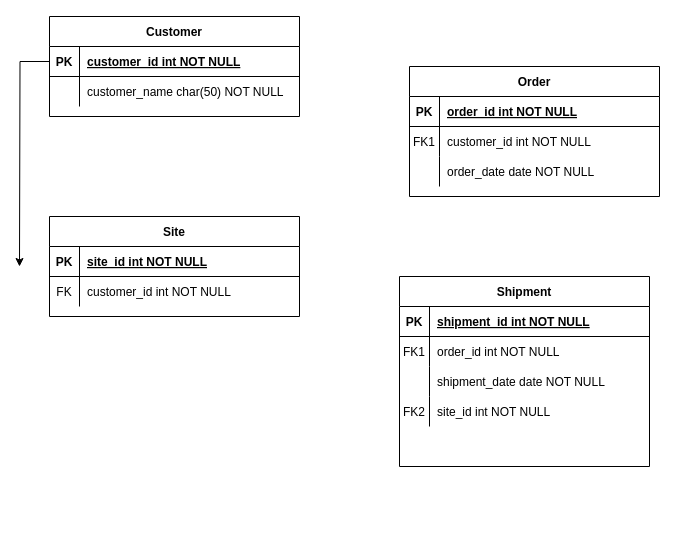
Earlier version of the draw.io diagram pg-model.drawio (JCKalt/pg4). Source tidied: cells renumbered, new cells numbered last; positions are measured from the earlier drawing's top-left corner, leaving out a move shared by most shapes. Both pictures are drawn from the tidied source at 100%, with x=0, y=0 at pixel (19, 16).
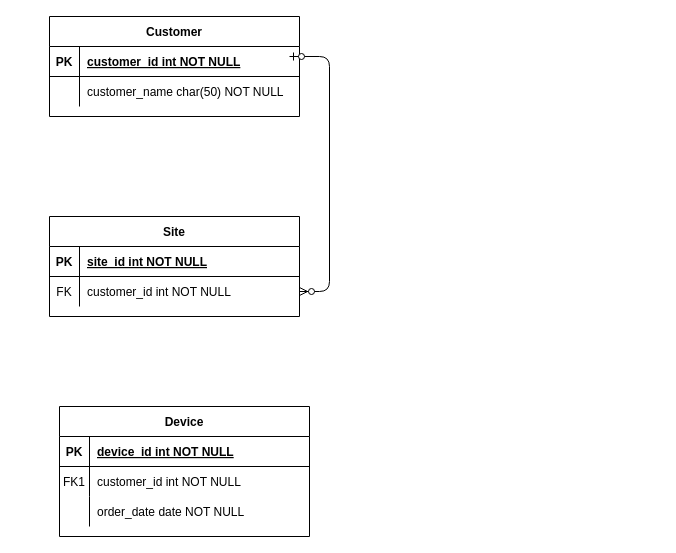
The same page after the edit.

Commit message:
added customer site relatiion

Unchanged cells that the change refers to:
```xml
<mxCell id="26" style="shape=partialRectangle;fillColor=none;points=[[0,0.5],[1,0.5]];portConstraint=eastwest;top=0;left=0;right=0;bottom=1;" parent="25" vertex="1">
  <mxGeometry y="30" width="250" height="30" as="geometry" />
</mxCell>
<mxCell id="36" style="shape=partialRectangle;fillColor=none;points=[[0,0.5],[1,0.5]];portConstraint=eastwest;top=0;left=0;right=0;bottom=0;" parent="32" vertex="1">
  <mxGeometry y="60" width="250" height="30" as="geometry" />
</mxCell>
```

What changed in the source:
```diff
@@
-    <mxCell id="2" value="Order" style="shape=table;startSize=30;childLayout=tableLayout;rowLines=0;fontStyle=1;align=center;" parent="1" vertex="1">
-      <mxGeometry x="390" y="50" width="250" height="130" as="geometry" />
-    </mxCell>
-    <mxCell id="3" style="shape=partialRectangle;fillColor=none;top=0;left=0;right=0;bottom=1;" parent="2" vertex="1">
-      <mxGeometry y="30" width="250" height="30" as="geometry" />
-    </mxCell>
-    <mxCell id="4" value="PK" style="shape=partialRectangle;overflow=hidden;fillColor=none;top=0;left=0;bottom=0;right=0;fontStyle=1;" parent="3" vertex="1">
-      <mxGeometry width="30" height="30" as="geometry" />
-    </mxCell>
-    <mxCell id="5" value="order_id int NOT NULL " style="shape=partialRectangle;overflow=hidden;fillColor=none;top=0;left=0;bottom=0;right=0;align=left;spacingLeft=6;fontStyle=5;" parent="3" vertex="1">
-      <mxGeometry x="30" width="220" height="30" as="geometry" />
-    </mxCell>
-    <mxCell id="6" style="shape=partialRectangle;fillColor=none;top=0;left=0;right=0;bottom=0;" parent="2" vertex="1">
-      <mxGeometry y="60" width="250" height="30" as="geometry" />
-    </mxCell>
-    <mxCell id="7" value="FK1" style="shape=partialRectangle;overflow=hidden;fillColor=none;top=0;left=0;bottom=0;right=0;" parent="6" vertex="1">
-      <mxGeometry width="30" height="30" as="geometry" />
-    </mxCell>
-    <mxCell id="8" value="customer_id int NOT NULL" style="shape=partialRectangle;overflow=hidden;fillColor=none;top=0;left=0;bottom=0;right=0;align=left;spacingLeft=6;" parent="6" vertex="1">
-      <mxGeometry x="30" width="220" height="30" as="geometry" />
-    </mxCell>
-    <mxCell id="9" style="shape=partialRectangle;fillColor=none;top=0;left=0;right=0;bottom=0;" parent="2" vertex="1">
-      <mxGeometry y="90" width="250" height="30" as="geometry" />
-    </mxCell>
-    <mxCell id="10" style="shape=partialRectangle;overflow=hidden;fillColor=none;top=0;left=0;bottom=0;right=0;" parent="9" vertex="1">
-      <mxGeometry width="30" height="30" as="geometry" />
-    </mxCell>
-    <mxCell id="11" value="order_date date NOT NULL" style="shape=partialRectangle;overflow=hidden;fillColor=none;top=0;left=0;bottom=0;right=0;align=left;spacingLeft=6;" parent="9" vertex="1">
-      <mxGeometry x="30" width="220" height="30" as="geometry" />
-    </mxCell>
-    <mxCell id="12" value="Shipment" style="shape=table;startSize=30;childLayout=tableLayout;rowLines=0;fontStyle=1;align=center;" parent="1" vertex="1">
-      <mxGeometry x="380" y="260" width="250" height="190" as="geometry" />
-    </mxCell>
-    <mxCell id="13" style="shape=partialRectangle;fillColor=none;top=0;left=0;right=0;bottom=1;" parent="12" vertex="1">
-      <mxGeometry y="30" width="250" height="30" as="geometry" />
-    </mxCell>
-    <mxCell id="14" value="PK" style="shape=partialRectangle;overflow=hidden;fillColor=none;top=0;left=0;bottom=0;right=0;fontStyle=1;" parent="13" vertex="1">
-      <mxGeometry width="30" height="30" as="geometry" />
-    </mxCell>
-    <mxCell id="15" value="shipment_id int NOT NULL " style="shape=partialRectangle;overflow=hidden;fillColor=none;top=0;left=0;bottom=0;right=0;align=left;spacingLeft=6;fontStyle=5;" parent="13" vertex="1">
-      <mxGeometry x="30" width="220" height="30" as="geometry" />
-    </mxCell>
-    <mxCell id="16" style="shape=partialRectangle;fillColor=none;top=0;left=0;right=0;bottom=0;" parent="12" vertex="1">
-      <mxGeometry y="60" width="250" height="30" as="geometry" />
-    </mxCell>
-    <mxCell id="17" value="FK1" style="shape=partialRectangle;overflow=hidden;fillColor=none;top=0;left=0;bottom=0;right=0;" parent="16" vertex="1">
-      <mxGeometry width="30" height="30" as="geometry" />
-    </mxCell>
-    <mxCell id="18" value="order_id int NOT NULL" style="shape=partialRectangle;overflow=hidden;fillColor=none;top=0;left=0;bottom=0;right=0;align=left;spacingLeft=6;" parent="16" vertex="1">
-      <mxGeometry x="30" width="220" height="30" as="geometry" />
-    </mxCell>
-    <mxCell id="19" style="shape=partialRectangle;fillColor=none;top=0;left=0;right=0;bottom=0;" parent="12" vertex="1">
-      <mxGeometry y="90" width="250" height="30" as="geometry" />
-    </mxCell>
-    <mxCell id="20" style="shape=partialRectangle;overflow=hidden;fillColor=none;top=0;left=0;bottom=0;right=0;" parent="19" vertex="1">
-      <mxGeometry width="30" height="30" as="geometry" />
-    </mxCell>
-    <mxCell id="21" value="shipment_date date NOT NULL" style="shape=partialRectangle;overflow=hidden;fillColor=none;top=0;left=0;bottom=0;right=0;align=left;spacingLeft=6;" parent="19" vertex="1">
-      <mxGeometry x="30" width="220" height="30" as="geometry" />
-    </mxCell>
-    <mxCell id="22" style="shape=partialRectangle;fillColor=none;top=0;left=0;right=0;bottom=0;" parent="12" vertex="1">
-      <mxGeometry y="120" width="250" height="30" as="geometry" />
-    </mxCell>
-    <mxCell id="23" value="FK2" style="shape=partialRectangle;overflow=hidden;fillColor=none;top=0;left=0;bottom=0;right=0;" parent="22" vertex="1">
-      <mxGeometry width="30" height="30" as="geometry" />
-    </mxCell>
-    <mxCell id="24" value="site_id int NOT NULL" style="shape=partialRectangle;overflow=hidden;fillColor=none;top=0;left=0;bottom=0;right=0;align=left;spacingLeft=6;" parent="22" vertex="1">
-      <mxGeometry x="30" width="220" height="30" as="geometry" />
-    </mxCell>
@@
-    <mxCell id="39" style="edgeStyle=orthogonalEdgeStyle;rounded=0;jettySize=auto;html=1;exitX=0;exitY=0.5;exitDx=0;exitDy=0;" parent="1" edge="1" source="26">
-      <mxGeometry relative="1" as="geometry">
-        <mxPoint y="250" as="targetPoint" />
-      </mxGeometry>
-    </mxCell>
+    <mxCell id="40" style="edgeStyle=entityRelationEdgeStyle;fontSize=12;html=1;endArrow=ERzeroToMany;startArrow=ERzeroToOne;strokeColor=default;elbow=vertical;" parent="1" edge="1" target="36">
+      <mxGeometry relative="1" as="geometry">
+        <mxPoint x="270" y="40" as="sourcePoint" />
+      </mxGeometry>
+    </mxCell>
+    <mxCell id="41" value="Device" style="shape=table;startSize=30;childLayout=tableLayout;rowLines=0;fontStyle=1;align=center;" parent="1" vertex="1">
+      <mxGeometry x="40" y="390" width="250" height="130" as="geometry" />
+    </mxCell>
+    <mxCell id="42" style="shape=partialRectangle;fillColor=none;top=0;left=0;right=0;bottom=1;" parent="41" vertex="1">
+      <mxGeometry y="30" width="250" height="30" as="geometry" />
+    </mxCell>
+    <mxCell id="43" value="PK" style="shape=partialRectangle;overflow=hidden;fillColor=none;top=0;left=0;bottom=0;right=0;fontStyle=1;" parent="42" vertex="1">
+      <mxGeometry width="30" height="30" as="geometry" />
+    </mxCell>
+    <mxCell id="44" value="device_id int NOT NULL " style="shape=partialRectangle;overflow=hidden;fillColor=none;top=0;left=0;bottom=0;right=0;align=left;spacingLeft=6;fontStyle=5;" parent="42" vertex="1">
+      <mxGeometry x="30" width="220" height="30" as="geometry" />
+    </mxCell>
+    <mxCell id="45" style="shape=partialRectangle;fillColor=none;top=0;left=0;right=0;bottom=0;" parent="41" vertex="1">
+      <mxGeometry y="60" width="250" height="30" as="geometry" />
+    </mxCell>
+    <mxCell id="46" value="FK1" style="shape=partialRectangle;overflow=hidden;fillColor=none;top=0;left=0;bottom=0;right=0;" parent="45" vertex="1">
+      <mxGeometry width="30" height="30" as="geometry" />
+    </mxCell>
+    <mxCell id="8" value="customer_id int NOT NULL" style="shape=partialRectangle;overflow=hidden;fillColor=none;top=0;left=0;bottom=0;right=0;align=left;spacingLeft=6;" parent="45" vertex="1">
+      <mxGeometry x="30" width="220" height="30" as="geometry" />
+    </mxCell>
+    <mxCell id="47" style="shape=partialRectangle;fillColor=none;top=0;left=0;right=0;bottom=0;" parent="41" vertex="1">
+      <mxGeometry y="90" width="250" height="30" as="geometry" />
+    </mxCell>
+    <mxCell id="48" style="shape=partialRectangle;overflow=hidden;fillColor=none;top=0;left=0;bottom=0;right=0;" parent="47" vertex="1">
+      <mxGeometry width="30" height="30" as="geometry" />
+    </mxCell>
+    <mxCell id="11" value="order_date date NOT NULL" style="shape=partialRectangle;overflow=hidden;fillColor=none;top=0;left=0;bottom=0;right=0;align=left;spacingLeft=6;" parent="47" vertex="1">
+      <mxGeometry x="30" width="220" height="30" as="geometry" />
+    </mxCell>
```
